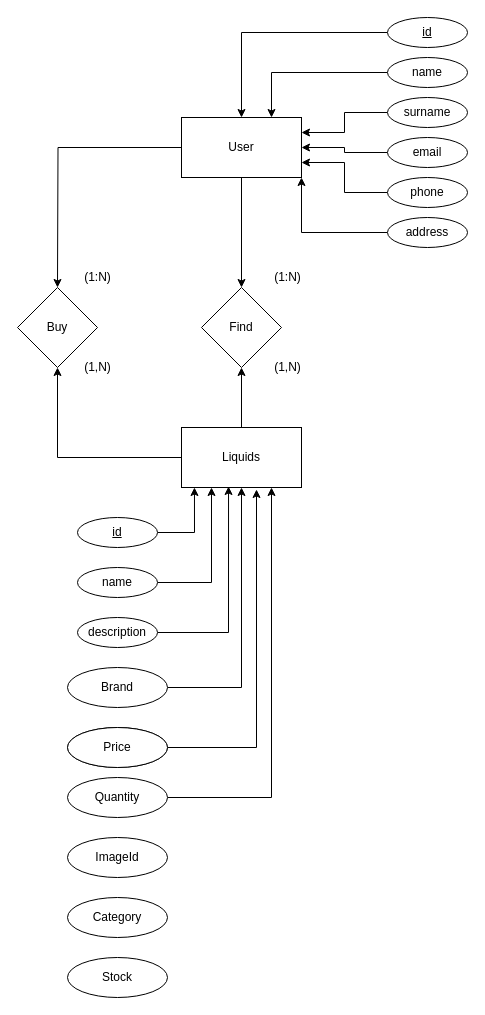
Before: documentación/Diagramas/Diagrama Entidad-Relacion.drawio in Torakmagno/ProyectoFinal, a draw.io diagram. Source tidied: cells renumbered, new cells numbered last; positions are measured from the earlier drawing's top-left corner, leaving out a move shared by most shapes. Both pictures are drawn from the tidied source at 100%, with x=0, y=0 at pixel (17, 17).
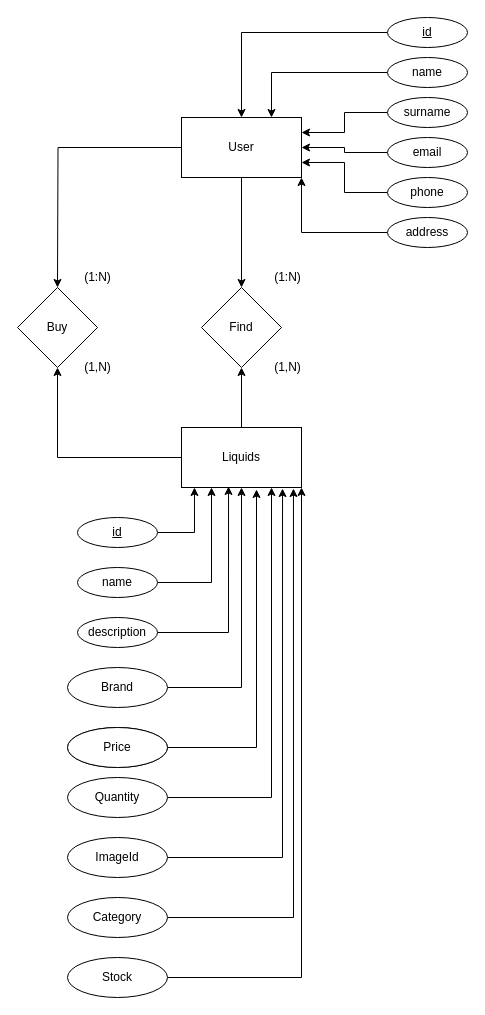
The same diagram, later.

Unchanged cells that the change refers to:
```xml
<mxCell id="7" value="Liquids" style="rounded=0;whiteSpace=wrap;html=1;" parent="1" vertex="1">
  <mxGeometry x="164" y="410" width="120" height="60" as="geometry" />
</mxCell>
<mxCell id="39" value="ImageId" style="ellipse;whiteSpace=wrap;html=1;" parent="1" vertex="1">
  <mxGeometry x="50" y="820" width="100" height="40" as="geometry" />
</mxCell>
<mxCell id="40" value="Category" style="ellipse;whiteSpace=wrap;html=1;" parent="1" vertex="1">
  <mxGeometry x="50" y="880" width="100" height="40" as="geometry" />
</mxCell>
<mxCell id="41" value="Stock" style="ellipse;whiteSpace=wrap;html=1;" parent="1" vertex="1">
  <mxGeometry x="50" y="940" width="100" height="40" as="geometry" />
</mxCell>
```

Diff of the diagram source:
```diff
@@
+    <mxCell id="42" style="edgeStyle=orthogonalEdgeStyle;rounded=0;jettySize=auto;html=1;entryX=0.842;entryY=1.017;entryDx=0;entryDy=0;entryPerimeter=0;" parent="1" edge="1" source="39" target="7">
+      <mxGeometry relative="1" as="geometry" />
+    </mxCell>
@@
+    <mxCell id="43" style="edgeStyle=orthogonalEdgeStyle;rounded=0;jettySize=auto;html=1;entryX=0.933;entryY=1.017;entryDx=0;entryDy=0;entryPerimeter=0;" parent="1" edge="1" source="40" target="7">
+      <mxGeometry relative="1" as="geometry" />
+    </mxCell>
@@
+    <mxCell id="44" style="edgeStyle=orthogonalEdgeStyle;rounded=0;jettySize=auto;html=1;entryX=1;entryY=1;entryDx=0;entryDy=0;" parent="1" edge="1" source="41" target="7">
+      <mxGeometry relative="1" as="geometry" />
+    </mxCell>
```
